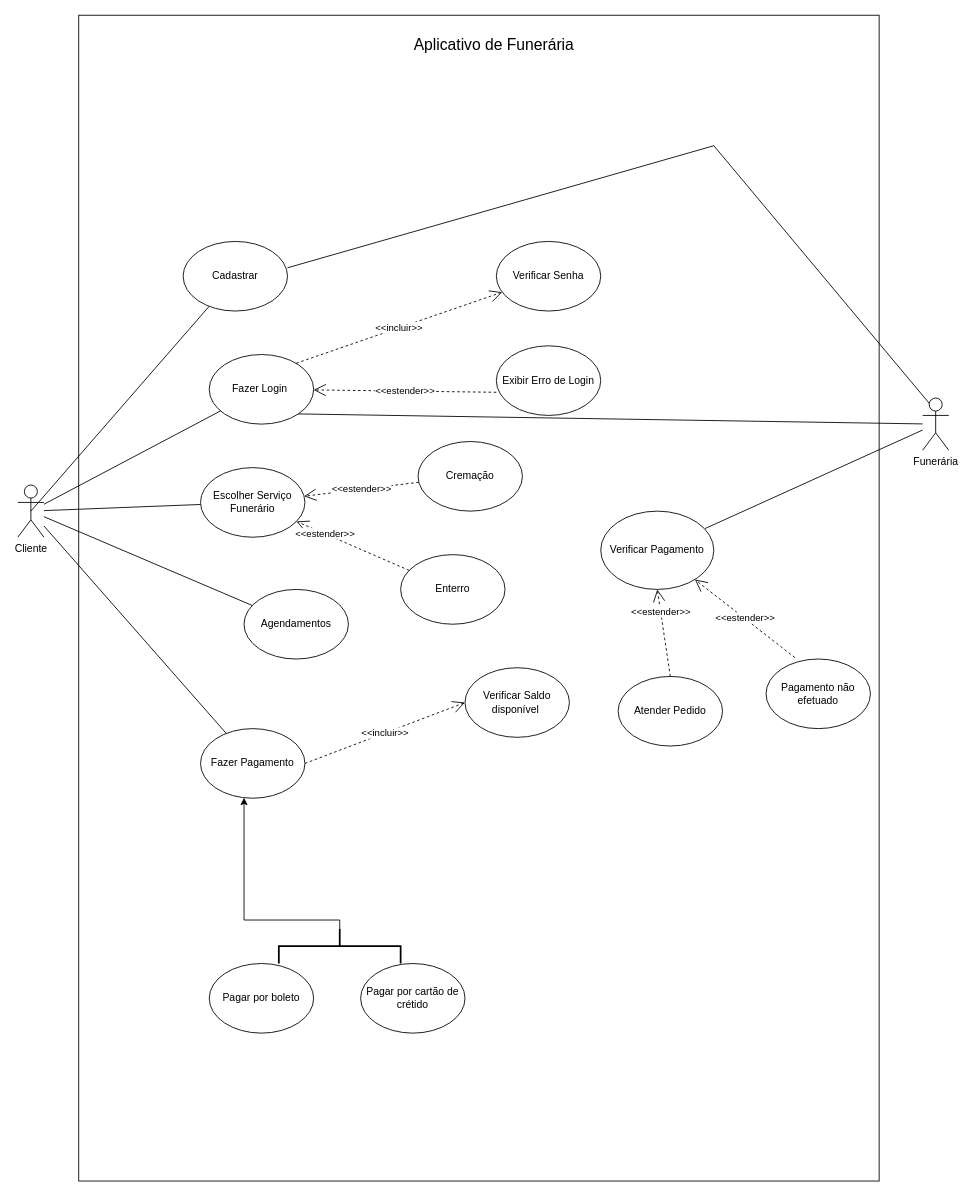
The draw.io diagram TrabalhoEngenharia.drawio in EsterGalati/Diagramas, before the edit. Source tidied: cells renumbered, new cells numbered last; positions are measured from the earlier drawing's top-left corner, leaving out a move shared by most shapes. Both pictures are drawn from the tidied source at 87%, with x=0, y=0 at pixel (17, 15).
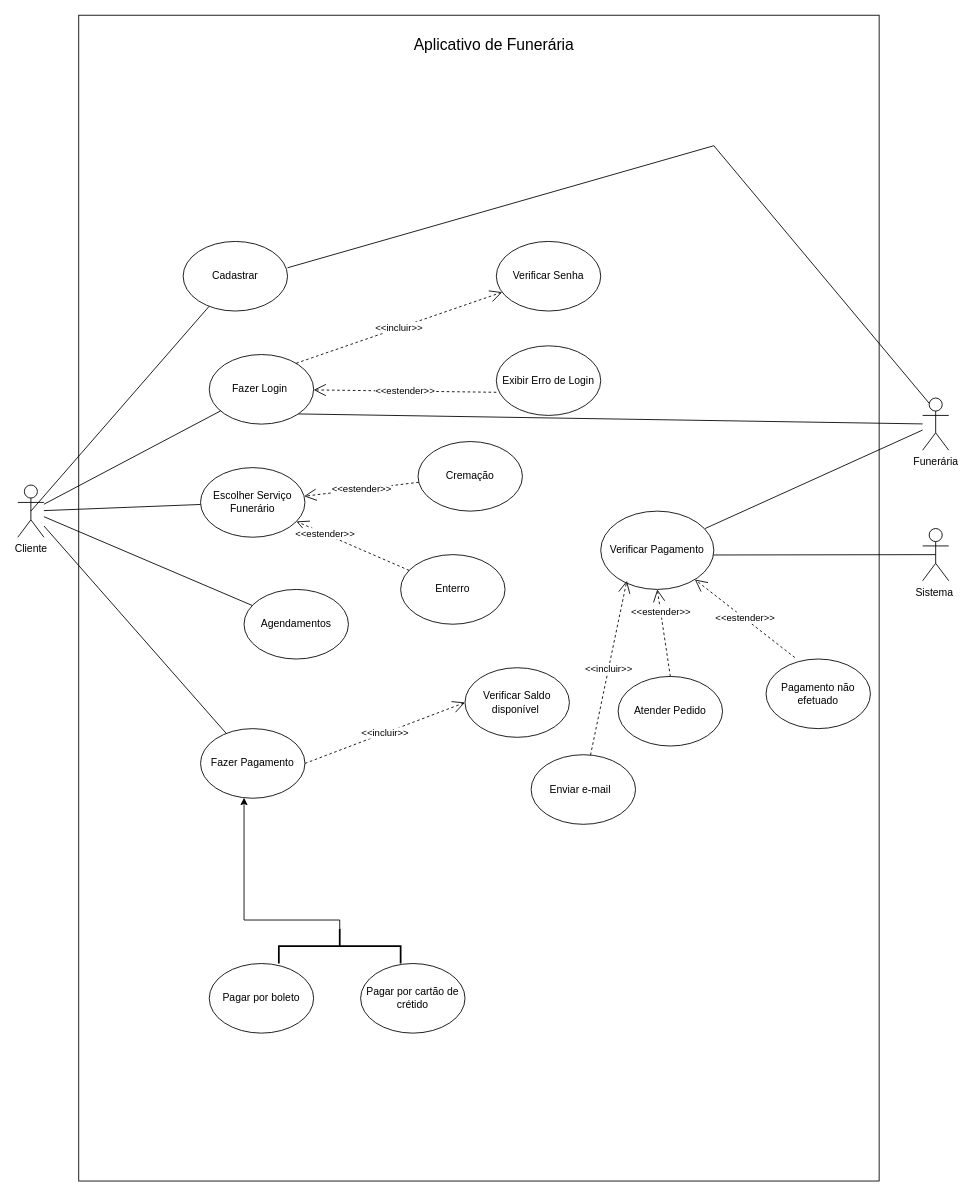
Above is the later version.

The change refers to these unchanged cells:
```xml
<mxCell id="35" style="rounded=0;whiteSpace=wrap;html=1;gradientColor=none;fillColor=none;" parent="1" vertex="1">
  <mxGeometry x="70" width="920" height="1340" as="geometry" />
</mxCell>
```

The edit, as a diff of the source:
```diff
@@
+    <mxCell id="38" value="Sistema&amp;nbsp;&lt;br&gt;" style="shape=umlActor;verticalLabelPosition=bottom;verticalAlign=top;html=1;outlineConnect=0;" parent="1" vertex="1">
+      <mxGeometry x="1040" y="590" width="30" height="60" as="geometry" />
+    </mxCell>
+    <mxCell id="39" style="endArrow=none;html=1;rounded=0;entryX=0.5;entryY=0.5;entryDx=0;entryDy=0;entryPerimeter=0;exitX=0.793;exitY=0.463;exitDx=0;exitDy=0;exitPerimeter=0;" parent="1" edge="1" source="35" target="38">
+      <mxGeometry relative="1" as="geometry" />
+    </mxCell>
+    <mxCell id="40" value="Enviar e-mail&amp;nbsp;&amp;nbsp;" style="ellipse;whiteSpace=wrap;html=1;" parent="1" vertex="1">
+      <mxGeometry x="590" y="850" width="120" height="80" as="geometry" />
+    </mxCell>
+    <mxCell id="41" value="&amp;lt;&amp;lt;incluir&amp;gt;&amp;gt;" style="endArrow=open;endSize=12;dashed=1;html=1;rounded=0;" parent="1" edge="1" source="40">
+      <mxGeometry relative="1" as="geometry">
+        <mxPoint x="700" y="650" as="targetPoint" />
+      </mxGeometry>
+    </mxCell>
```
